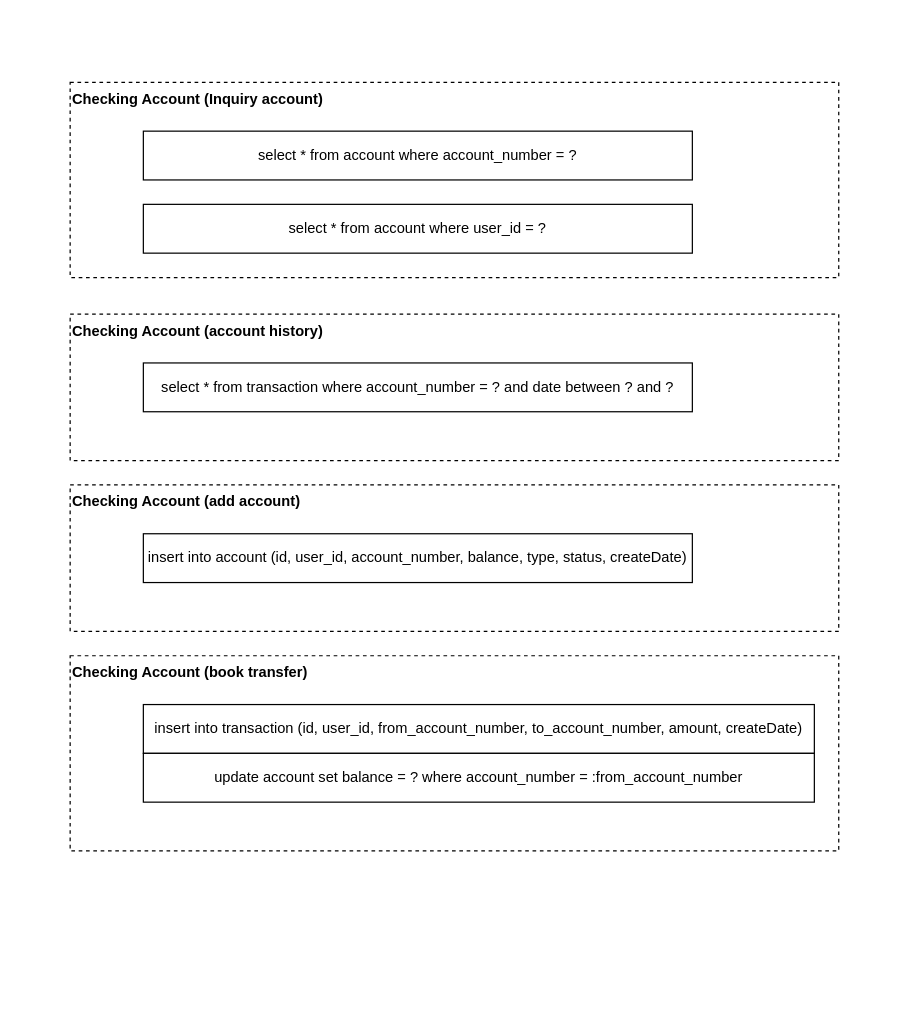
The draw.io diagram architecture/john-doe-bank/03.data-structure.drawio in codegik/pocs, before the edit. Source tidied: cells renumbered, new cells numbered last; positions are measured from the earlier drawing's top-left corner, leaving out a move shared by most shapes. Both pictures are drawn from the tidied source at 122%, with x=0, y=0 at pixel (70, 82).
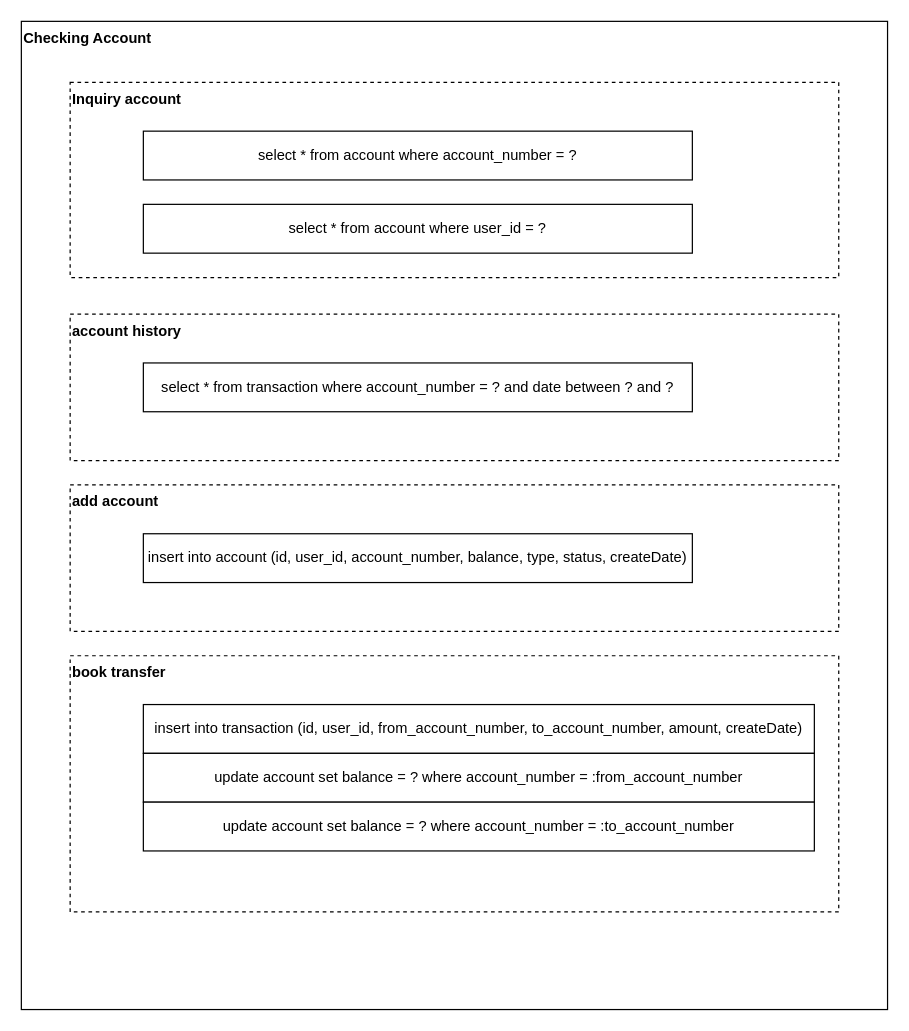
Above is the later version.

Change to the diagram source:
```diff
@@
 <mxGraphModel>
   <root>
     <mxCell id="0" />
     <mxCell id="1" parent="0" />
+    <mxCell id="12" value="Checking Account" style="rounded=0;whiteSpace=wrap;html=1;align=left;verticalAlign=top;fontStyle=1;" parent="1" vertex="1">
+      <mxGeometry x="-40" y="-50" width="710" height="810" as="geometry" />
+    </mxCell>
-    <mxCell id="2" value="Checking Account (account history)" style="rounded=0;whiteSpace=wrap;html=1;align=left;verticalAlign=top;dashed=1;fontStyle=1;" parent="1" vertex="1">
+    <mxCell id="2" value="account history" style="rounded=0;whiteSpace=wrap;html=1;align=left;verticalAlign=top;dashed=1;fontStyle=1;" parent="1" vertex="1">
       <mxGeometry y="190" width="630" height="120" as="geometry" />
     </mxCell>
     <mxCell id="3" value="select * from transaction where account_number = ? and date between ? and ?" style="rounded=0;whiteSpace=wrap;html=1;" parent="1" vertex="1">
       <mxGeometry x="60" y="230" width="450" height="40" as="geometry" />
     </mxCell>
-    <mxCell id="4" value="Checking Account (Inquiry account)" style="rounded=0;whiteSpace=wrap;html=1;align=left;verticalAlign=top;dashed=1;fontStyle=1;" parent="1" vertex="1">
+    <mxCell id="4" value="Inquiry account" style="rounded=0;whiteSpace=wrap;html=1;align=left;verticalAlign=top;dashed=1;fontStyle=1;" parent="1" vertex="1">
       <mxGeometry width="630" height="160" as="geometry" />
     </mxCell>
     <mxCell id="5" value="select * from account where account_number = ?" style="rounded=0;whiteSpace=wrap;html=1;" parent="1" vertex="1">
       <mxGeometry x="60" y="40" width="450" height="40" as="geometry" />
     </mxCell>
     <mxCell id="6" value="select * from account where user_id = ?" style="rounded=0;whiteSpace=wrap;html=1;" parent="1" vertex="1">
       <mxGeometry x="60" y="100" width="450" height="40" as="geometry" />
     </mxCell>
-    <mxCell id="7" value="Checking Account (add account)" style="rounded=0;whiteSpace=wrap;html=1;align=left;verticalAlign=top;dashed=1;fontStyle=1;" parent="1" vertex="1">
+    <mxCell id="7" value="add account" style="rounded=0;whiteSpace=wrap;html=1;align=left;verticalAlign=top;dashed=1;fontStyle=1;" parent="1" vertex="1">
       <mxGeometry y="330" width="630" height="120" as="geometry" />
     </mxCell>
     <mxCell id="8" value="insert into account (id, user_id, account_number, balance, type, status, createDate)" style="rounded=0;whiteSpace=wrap;html=1;" parent="1" vertex="1">
       <mxGeometry x="60" y="370" width="450" height="40" as="geometry" />
     </mxCell>
-    <mxCell id="9" value="Checking Account (book transfer)" style="rounded=0;whiteSpace=wrap;html=1;align=left;verticalAlign=top;dashed=1;fontStyle=1;" parent="1" vertex="1">
-      <mxGeometry y="470" width="630" height="160" as="geometry" />
+    <mxCell id="9" value="book transfer" style="rounded=0;whiteSpace=wrap;html=1;align=left;verticalAlign=top;dashed=1;fontStyle=1;" parent="1" vertex="1">
+      <mxGeometry y="470" width="630" height="210" as="geometry" />
     </mxCell>
     <mxCell id="10" value="insert into transaction (id, user_id, from_account_number, to_account_number, amount, createDate)" style="rounded=0;whiteSpace=wrap;html=1;" parent="1" vertex="1">
       <mxGeometry x="60" y="510" width="550" height="40" as="geometry" />
     </mxCell>
     <mxCell id="11" value="update account set balance = ? where account_number = :from_account_number" style="rounded=0;whiteSpace=wrap;html=1;" parent="1" vertex="1">
       <mxGeometry x="60" y="550" width="550" height="40" as="geometry" />
     </mxCell>
+    <mxCell id="13" value="update account set balance = ? where account_number = :to_account_number" style="rounded=0;whiteSpace=wrap;html=1;" parent="1" vertex="1">
+      <mxGeometry x="60" y="590" width="550" height="40" as="geometry" />
+    </mxCell>
   </root>
 </mxGraphModel>
```
